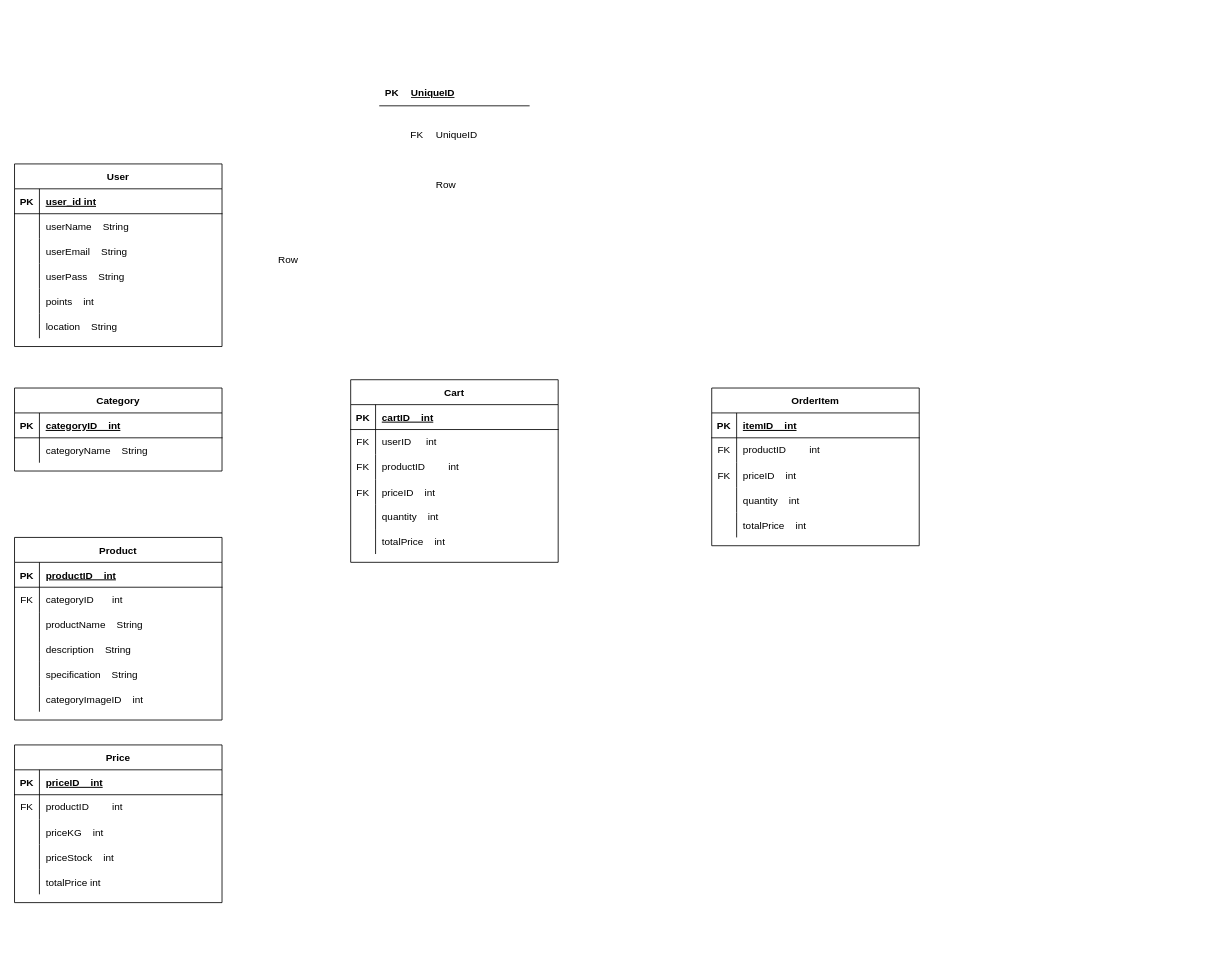
Above: ERD.drawio in DevX300/TaniMart-UML (draw.io), before the change. Source tidied: cells renumbered, new cells numbered last; positions are measured from the earlier drawing's top-left corner, leaving out a move shared by most shapes. Both pictures are drawn from the tidied source at 83%, with x=0, y=0 at pixel (14, 81).
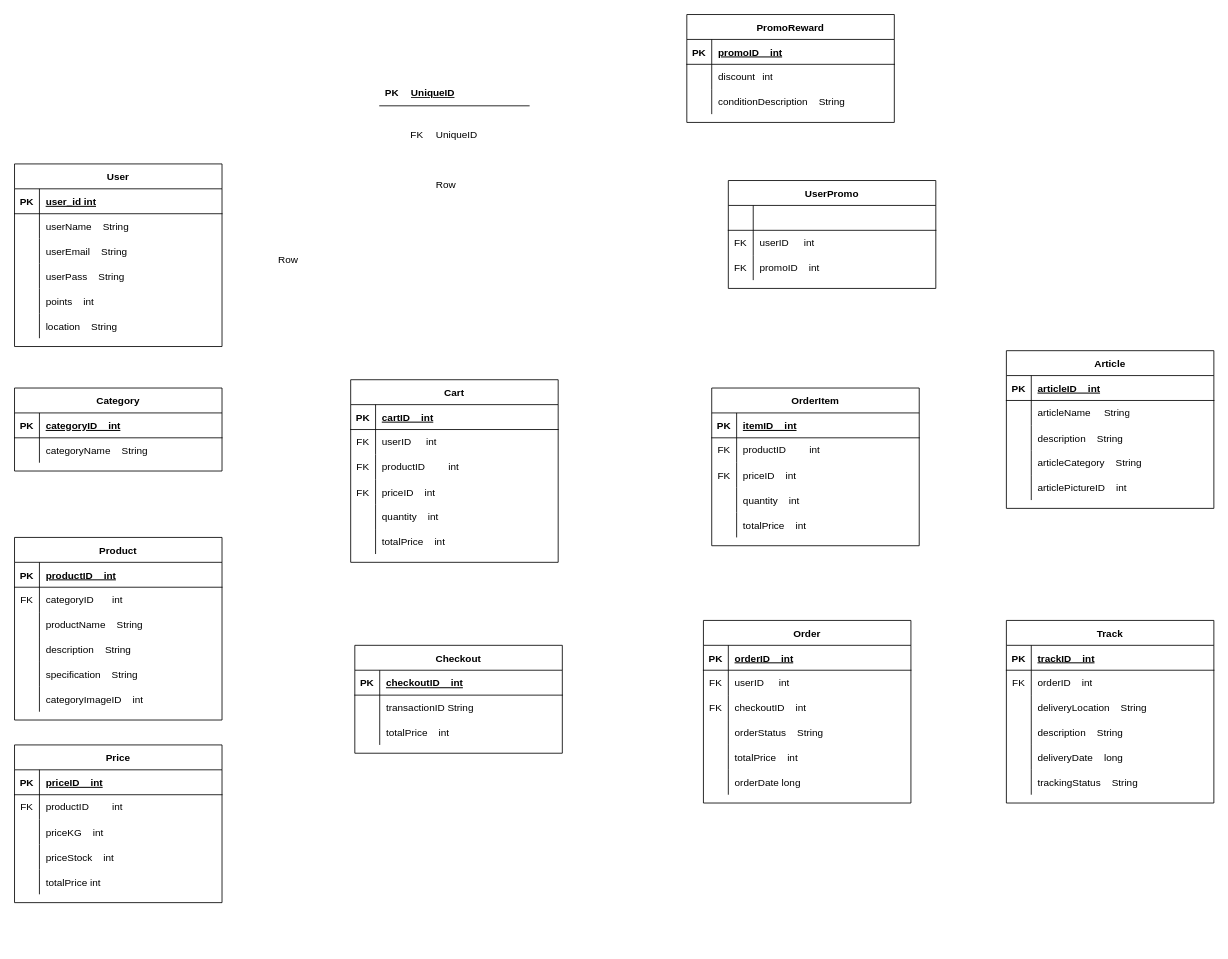
After the change.

Change to the diagram source:
```diff
@@
+    <mxCell id="118" value="Checkout" style="shape=table;startSize=30;childLayout=tableLayout;rowLines=0;fontStyle=1;align=center;" parent="1" vertex="1">
+      <mxGeometry x="410" y="680" width="250" height="130" as="geometry" />
+    </mxCell>
+    <mxCell id="119" style="shape=partialRectangle;fillColor=none;top=0;left=0;right=0;bottom=1;" parent="118" vertex="1">
+      <mxGeometry y="30" width="250" height="30" as="geometry" />
+    </mxCell>
+    <mxCell id="120" value="PK" style="shape=partialRectangle;overflow=hidden;fillColor=none;top=0;left=0;bottom=0;right=0;fontStyle=1;" parent="119" vertex="1">
+      <mxGeometry width="30" height="30" as="geometry" />
+    </mxCell>
+    <mxCell id="121" value="checkoutID    int" style="shape=partialRectangle;overflow=hidden;fillColor=none;top=0;left=0;bottom=0;right=0;align=left;spacingLeft=6;fontStyle=5;" parent="119" vertex="1">
+      <mxGeometry x="30" width="220" height="30" as="geometry" />
+    </mxCell>
+    <mxCell id="122" style="shape=tableRow;horizontal=0;startSize=0;swimlaneHead=0;swimlaneBody=0;fillColor=none;top=0;left=0;right=0;bottom=0;" parent="118" vertex="1">
+      <mxGeometry y="60" width="250" height="30" as="geometry" />
+    </mxCell>
+    <mxCell id="123" style="shape=partialRectangle;fillColor=none;top=0;left=0;bottom=0;right=0;overflow=hidden;" parent="122" vertex="1">
+      <mxGeometry width="30" height="30" as="geometry" />
+    </mxCell>
+    <mxCell id="124" value="transactionID String" style="shape=partialRectangle;fillColor=none;top=0;left=0;bottom=0;right=0;align=left;spacingLeft=6;overflow=hidden;" parent="122" vertex="1">
+      <mxGeometry x="30" width="220" height="30" as="geometry" />
+    </mxCell>
+    <mxCell id="125" style="shape=tableRow;horizontal=0;startSize=0;swimlaneHead=0;swimlaneBody=0;fillColor=none;top=0;left=0;right=0;bottom=0;" parent="118" vertex="1">
+      <mxGeometry y="90" width="250" height="30" as="geometry" />
+    </mxCell>
+    <mxCell id="126" style="shape=partialRectangle;fillColor=none;top=0;left=0;bottom=0;right=0;overflow=hidden;" parent="125" vertex="1">
+      <mxGeometry width="30" height="30" as="geometry" />
+    </mxCell>
+    <mxCell id="127" value="totalPrice    int" style="shape=partialRectangle;fillColor=none;top=0;left=0;bottom=0;right=0;align=left;spacingLeft=6;overflow=hidden;" parent="125" vertex="1">
+      <mxGeometry x="30" width="220" height="30" as="geometry" />
+    </mxCell>
+    <mxCell id="128" value="Order" style="shape=table;startSize=30;childLayout=tableLayout;rowLines=0;fontStyle=1;align=center;" parent="1" vertex="1">
+      <mxGeometry x="830" y="650" width="250" height="220" as="geometry" />
+    </mxCell>
+    <mxCell id="129" style="shape=partialRectangle;fillColor=none;top=0;left=0;right=0;bottom=1;" parent="128" vertex="1">
+      <mxGeometry y="30" width="250" height="30" as="geometry" />
+    </mxCell>
+    <mxCell id="130" value="PK" style="shape=partialRectangle;overflow=hidden;fillColor=none;top=0;left=0;bottom=0;right=0;fontStyle=1;" parent="129" vertex="1">
+      <mxGeometry width="30" height="30" as="geometry" />
+    </mxCell>
+    <mxCell id="131" value="orderID    int" style="shape=partialRectangle;overflow=hidden;fillColor=none;top=0;left=0;bottom=0;right=0;align=left;spacingLeft=6;fontStyle=5;" parent="129" vertex="1">
+      <mxGeometry x="30" width="220" height="30" as="geometry" />
+    </mxCell>
+    <mxCell id="132" style="shape=tableRow;horizontal=0;startSize=0;swimlaneHead=0;swimlaneBody=0;fillColor=none;top=0;left=0;right=0;bottom=0;" parent="128" vertex="1">
+      <mxGeometry y="60" width="250" height="30" as="geometry" />
+    </mxCell>
+    <mxCell id="133" value="FK" style="shape=partialRectangle;fillColor=none;top=0;left=0;bottom=0;right=0;fontStyle=0;overflow=hidden;whiteSpace=wrap;html=1;" parent="132" vertex="1">
+      <mxGeometry width="30" height="30" as="geometry" />
+    </mxCell>
+    <mxCell id="134" value="userID&lt;span style=&quot;white-space: pre;&quot;&gt;&#9;&lt;/span&gt;int" style="shape=partialRectangle;fillColor=none;top=0;left=0;bottom=0;right=0;align=left;spacingLeft=6;fontStyle=0;overflow=hidden;whiteSpace=wrap;html=1;" parent="132" vertex="1">
+      <mxGeometry x="30" width="220" height="30" as="geometry" />
+    </mxCell>
+    <mxCell id="135" style="shape=partialRectangle;fillColor=none;top=0;left=0;right=0;bottom=0;" parent="128" vertex="1">
+      <mxGeometry y="90" width="250" height="30" as="geometry" />
+    </mxCell>
+    <mxCell id="136" value="FK" style="shape=partialRectangle;overflow=hidden;fillColor=none;top=0;left=0;bottom=0;right=0;" parent="135" vertex="1">
+      <mxGeometry width="30" height="30" as="geometry" />
+    </mxCell>
+    <mxCell id="137" value="checkoutID    int" style="shape=partialRectangle;overflow=hidden;fillColor=none;top=0;left=0;bottom=0;right=0;align=left;spacingLeft=6;" parent="135" vertex="1">
+      <mxGeometry x="30" width="220" height="30" as="geometry" />
+    </mxCell>
+    <mxCell id="138" style="shape=tableRow;horizontal=0;startSize=0;swimlaneHead=0;swimlaneBody=0;fillColor=none;top=0;left=0;right=0;bottom=0;" parent="128" vertex="1">
+      <mxGeometry y="120" width="250" height="30" as="geometry" />
+    </mxCell>
+    <mxCell id="139" style="shape=partialRectangle;fillColor=none;top=0;left=0;bottom=0;right=0;overflow=hidden;" parent="138" vertex="1">
+      <mxGeometry width="30" height="30" as="geometry" />
+    </mxCell>
+    <mxCell id="140" value="orderStatus    String" style="shape=partialRectangle;fillColor=none;top=0;left=0;bottom=0;right=0;align=left;spacingLeft=6;overflow=hidden;" parent="138" vertex="1">
+      <mxGeometry x="30" width="220" height="30" as="geometry" />
+    </mxCell>
+    <mxCell id="141" style="shape=tableRow;horizontal=0;startSize=0;swimlaneHead=0;swimlaneBody=0;fillColor=none;top=0;left=0;right=0;bottom=0;" parent="128" vertex="1">
+      <mxGeometry y="150" width="250" height="30" as="geometry" />
+    </mxCell>
+    <mxCell id="142" style="shape=partialRectangle;fillColor=none;top=0;left=0;bottom=0;right=0;overflow=hidden;" parent="141" vertex="1">
+      <mxGeometry width="30" height="30" as="geometry" />
+    </mxCell>
+    <mxCell id="143" value="totalPrice    int" style="shape=partialRectangle;fillColor=none;top=0;left=0;bottom=0;right=0;align=left;spacingLeft=6;overflow=hidden;" parent="141" vertex="1">
+      <mxGeometry x="30" width="220" height="30" as="geometry" />
+    </mxCell>
+    <mxCell id="144" style="shape=tableRow;horizontal=0;startSize=0;swimlaneHead=0;swimlaneBody=0;fillColor=none;top=0;left=0;right=0;bottom=0;" parent="128" vertex="1">
+      <mxGeometry y="180" width="250" height="30" as="geometry" />
+    </mxCell>
+    <mxCell id="145" style="shape=partialRectangle;fillColor=none;top=0;left=0;bottom=0;right=0;overflow=hidden;" parent="144" vertex="1">
+      <mxGeometry width="30" height="30" as="geometry" />
+    </mxCell>
+    <mxCell id="146" value="orderDate long" style="shape=partialRectangle;fillColor=none;top=0;left=0;bottom=0;right=0;align=left;spacingLeft=6;overflow=hidden;" parent="144" vertex="1">
+      <mxGeometry x="30" width="220" height="30" as="geometry" />
+    </mxCell>
+    <mxCell id="147" value="Track" style="shape=table;startSize=30;childLayout=tableLayout;rowLines=0;fontStyle=1;align=center;" parent="1" vertex="1">
+      <mxGeometry x="1195" y="650" width="250" height="220" as="geometry" />
+    </mxCell>
+    <mxCell id="148" style="shape=partialRectangle;fillColor=none;top=0;left=0;right=0;bottom=1;" parent="147" vertex="1">
+      <mxGeometry y="30" width="250" height="30" as="geometry" />
+    </mxCell>
+    <mxCell id="149" value="PK" style="shape=partialRectangle;overflow=hidden;fillColor=none;top=0;left=0;bottom=0;right=0;fontStyle=1;" parent="148" vertex="1">
+      <mxGeometry width="30" height="30" as="geometry" />
+    </mxCell>
+    <mxCell id="150" value="trackID    int" style="shape=partialRectangle;overflow=hidden;fillColor=none;top=0;left=0;bottom=0;right=0;align=left;spacingLeft=6;fontStyle=5;" parent="148" vertex="1">
+      <mxGeometry x="30" width="220" height="30" as="geometry" />
+    </mxCell>
+    <mxCell id="151" style="shape=tableRow;horizontal=0;startSize=0;swimlaneHead=0;swimlaneBody=0;fillColor=none;top=0;left=0;right=0;bottom=0;" parent="147" vertex="1">
+      <mxGeometry y="60" width="250" height="30" as="geometry" />
+    </mxCell>
+    <mxCell id="152" value="FK" style="shape=partialRectangle;fillColor=none;top=0;left=0;bottom=0;right=0;fontStyle=0;overflow=hidden;whiteSpace=wrap;html=1;" parent="151" vertex="1">
+      <mxGeometry width="30" height="30" as="geometry" />
+    </mxCell>
+    <mxCell id="153" value="orderID&lt;span style=&quot;white-space: pre;&quot;&gt;&#9;&lt;/span&gt;int" style="shape=partialRectangle;fillColor=none;top=0;left=0;bottom=0;right=0;align=left;spacingLeft=6;fontStyle=0;overflow=hidden;whiteSpace=wrap;html=1;" parent="151" vertex="1">
+      <mxGeometry x="30" width="220" height="30" as="geometry" />
+    </mxCell>
+    <mxCell id="154" style="shape=partialRectangle;fillColor=none;top=0;left=0;right=0;bottom=0;" parent="147" vertex="1">
+      <mxGeometry y="90" width="250" height="30" as="geometry" />
+    </mxCell>
+    <mxCell id="155" style="shape=partialRectangle;overflow=hidden;fillColor=none;top=0;left=0;bottom=0;right=0;" parent="154" vertex="1">
+      <mxGeometry width="30" height="30" as="geometry" />
+    </mxCell>
+    <mxCell id="156" value="deliveryLocation    String" style="shape=partialRectangle;overflow=hidden;fillColor=none;top=0;left=0;bottom=0;right=0;align=left;spacingLeft=6;" parent="154" vertex="1">
+      <mxGeometry x="30" width="220" height="30" as="geometry" />
+    </mxCell>
+    <mxCell id="157" style="shape=tableRow;horizontal=0;startSize=0;swimlaneHead=0;swimlaneBody=0;fillColor=none;top=0;left=0;right=0;bottom=0;" parent="147" vertex="1">
+      <mxGeometry y="120" width="250" height="30" as="geometry" />
+    </mxCell>
+    <mxCell id="158" style="shape=partialRectangle;fillColor=none;top=0;left=0;bottom=0;right=0;overflow=hidden;" parent="157" vertex="1">
+      <mxGeometry width="30" height="30" as="geometry" />
+    </mxCell>
+    <mxCell id="159" value="description    String" style="shape=partialRectangle;fillColor=none;top=0;left=0;bottom=0;right=0;align=left;spacingLeft=6;overflow=hidden;" parent="157" vertex="1">
+      <mxGeometry x="30" width="220" height="30" as="geometry" />
+    </mxCell>
+    <mxCell id="160" style="shape=tableRow;horizontal=0;startSize=0;swimlaneHead=0;swimlaneBody=0;fillColor=none;top=0;left=0;right=0;bottom=0;" parent="147" vertex="1">
+      <mxGeometry y="150" width="250" height="30" as="geometry" />
+    </mxCell>
+    <mxCell id="161" style="shape=partialRectangle;fillColor=none;top=0;left=0;bottom=0;right=0;overflow=hidden;" parent="160" vertex="1">
+      <mxGeometry width="30" height="30" as="geometry" />
+    </mxCell>
+    <mxCell id="162" value="deliveryDate    long" style="shape=partialRectangle;fillColor=none;top=0;left=0;bottom=0;right=0;align=left;spacingLeft=6;overflow=hidden;" parent="160" vertex="1">
+      <mxGeometry x="30" width="220" height="30" as="geometry" />
+    </mxCell>
+    <mxCell id="163" style="shape=tableRow;horizontal=0;startSize=0;swimlaneHead=0;swimlaneBody=0;fillColor=none;top=0;left=0;right=0;bottom=0;" parent="147" vertex="1">
+      <mxGeometry y="180" width="250" height="30" as="geometry" />
+    </mxCell>
+    <mxCell id="164" style="shape=partialRectangle;fillColor=none;top=0;left=0;bottom=0;right=0;overflow=hidden;" parent="163" vertex="1">
+      <mxGeometry width="30" height="30" as="geometry" />
+    </mxCell>
+    <mxCell id="165" value="trackingStatus    String" style="shape=partialRectangle;fillColor=none;top=0;left=0;bottom=0;right=0;align=left;spacingLeft=6;overflow=hidden;" parent="163" vertex="1">
+      <mxGeometry x="30" width="220" height="30" as="geometry" />
+    </mxCell>
+    <mxCell id="166" value="Article" style="shape=table;startSize=30;childLayout=tableLayout;rowLines=0;fontStyle=1;align=center;" parent="1" vertex="1">
+      <mxGeometry x="1195" y="325" width="250" height="190" as="geometry" />
+    </mxCell>
+    <mxCell id="167" style="shape=partialRectangle;fillColor=none;top=0;left=0;right=0;bottom=1;" parent="166" vertex="1">
+      <mxGeometry y="30" width="250" height="30" as="geometry" />
+    </mxCell>
+    <mxCell id="168" value="PK" style="shape=partialRectangle;overflow=hidden;fillColor=none;top=0;left=0;bottom=0;right=0;fontStyle=1;" parent="167" vertex="1">
+      <mxGeometry width="30" height="30" as="geometry" />
+    </mxCell>
+    <mxCell id="169" value="articleID    int" style="shape=partialRectangle;overflow=hidden;fillColor=none;top=0;left=0;bottom=0;right=0;align=left;spacingLeft=6;fontStyle=5;" parent="167" vertex="1">
+      <mxGeometry x="30" width="220" height="30" as="geometry" />
+    </mxCell>
+    <mxCell id="170" style="shape=tableRow;horizontal=0;startSize=0;swimlaneHead=0;swimlaneBody=0;fillColor=none;top=0;left=0;right=0;bottom=0;" parent="166" vertex="1">
+      <mxGeometry y="60" width="250" height="30" as="geometry" />
+    </mxCell>
+    <mxCell id="171" style="shape=partialRectangle;fillColor=none;top=0;left=0;bottom=0;right=0;fontStyle=0;overflow=hidden;whiteSpace=wrap;html=1;" parent="170" vertex="1">
+      <mxGeometry width="30" height="30" as="geometry" />
+    </mxCell>
+    <mxCell id="172" value="articleName&lt;span style=&quot;white-space: pre;&quot;&gt;&#9;&lt;/span&gt;String" style="shape=partialRectangle;fillColor=none;top=0;left=0;bottom=0;right=0;align=left;spacingLeft=6;fontStyle=0;overflow=hidden;whiteSpace=wrap;html=1;" parent="170" vertex="1">
+      <mxGeometry x="30" width="220" height="30" as="geometry" />
+    </mxCell>
+    <mxCell id="173" style="shape=partialRectangle;fillColor=none;top=0;left=0;right=0;bottom=0;" parent="166" vertex="1">
+      <mxGeometry y="90" width="250" height="30" as="geometry" />
+    </mxCell>
+    <mxCell id="174" style="shape=partialRectangle;overflow=hidden;fillColor=none;top=0;left=0;bottom=0;right=0;" parent="173" vertex="1">
+      <mxGeometry width="30" height="30" as="geometry" />
+    </mxCell>
+    <mxCell id="175" value="description    String" style="shape=partialRectangle;overflow=hidden;fillColor=none;top=0;left=0;bottom=0;right=0;align=left;spacingLeft=6;" parent="173" vertex="1">
+      <mxGeometry x="30" width="220" height="30" as="geometry" />
+    </mxCell>
+    <mxCell id="176" style="shape=tableRow;horizontal=0;startSize=0;swimlaneHead=0;swimlaneBody=0;fillColor=none;top=0;left=0;right=0;bottom=0;" parent="166" vertex="1">
+      <mxGeometry y="120" width="250" height="30" as="geometry" />
+    </mxCell>
+    <mxCell id="177" style="shape=partialRectangle;fillColor=none;top=0;left=0;bottom=0;right=0;overflow=hidden;" parent="176" vertex="1">
+      <mxGeometry width="30" height="30" as="geometry" />
+    </mxCell>
+    <mxCell id="178" value="articleCategory    String" style="shape=partialRectangle;fillColor=none;top=0;left=0;bottom=0;right=0;align=left;spacingLeft=6;overflow=hidden;" parent="176" vertex="1">
+      <mxGeometry x="30" width="220" height="30" as="geometry" />
+    </mxCell>
+    <mxCell id="179" style="shape=tableRow;horizontal=0;startSize=0;swimlaneHead=0;swimlaneBody=0;fillColor=none;top=0;left=0;right=0;bottom=0;" parent="166" vertex="1">
+      <mxGeometry y="150" width="250" height="30" as="geometry" />
+    </mxCell>
+    <mxCell id="180" style="shape=partialRectangle;fillColor=none;top=0;left=0;bottom=0;right=0;overflow=hidden;" parent="179" vertex="1">
+      <mxGeometry width="30" height="30" as="geometry" />
+    </mxCell>
+    <mxCell id="181" value="articlePictureID    int" style="shape=partialRectangle;fillColor=none;top=0;left=0;bottom=0;right=0;align=left;spacingLeft=6;overflow=hidden;" parent="179" vertex="1">
+      <mxGeometry x="30" width="220" height="30" as="geometry" />
+    </mxCell>
+    <mxCell id="182" value="PromoReward" style="shape=table;startSize=30;childLayout=tableLayout;rowLines=0;fontStyle=1;align=center;" parent="1" vertex="1">
+      <mxGeometry x="810" y="-80" width="250" height="130" as="geometry" />
+    </mxCell>
+    <mxCell id="183" style="shape=partialRectangle;fillColor=none;top=0;left=0;right=0;bottom=1;" parent="182" vertex="1">
+      <mxGeometry y="30" width="250" height="30" as="geometry" />
+    </mxCell>
+    <mxCell id="184" value="PK" style="shape=partialRectangle;overflow=hidden;fillColor=none;top=0;left=0;bottom=0;right=0;fontStyle=1;" parent="183" vertex="1">
+      <mxGeometry width="30" height="30" as="geometry" />
+    </mxCell>
+    <mxCell id="185" value="promoID    int" style="shape=partialRectangle;overflow=hidden;fillColor=none;top=0;left=0;bottom=0;right=0;align=left;spacingLeft=6;fontStyle=5;" parent="183" vertex="1">
+      <mxGeometry x="30" width="220" height="30" as="geometry" />
+    </mxCell>
+    <mxCell id="186" style="shape=tableRow;horizontal=0;startSize=0;swimlaneHead=0;swimlaneBody=0;fillColor=none;top=0;left=0;right=0;bottom=0;" parent="182" vertex="1">
+      <mxGeometry y="60" width="250" height="30" as="geometry" />
+    </mxCell>
+    <mxCell id="187" style="shape=partialRectangle;fillColor=none;top=0;left=0;bottom=0;right=0;fontStyle=0;overflow=hidden;whiteSpace=wrap;html=1;" parent="186" vertex="1">
+      <mxGeometry width="30" height="30" as="geometry" />
+    </mxCell>
+    <mxCell id="188" value="discount&lt;span style=&quot;white-space: pre;&quot;&gt;&#9;&lt;/span&gt;int" style="shape=partialRectangle;fillColor=none;top=0;left=0;bottom=0;right=0;align=left;spacingLeft=6;fontStyle=0;overflow=hidden;whiteSpace=wrap;html=1;" parent="186" vertex="1">
+      <mxGeometry x="30" width="220" height="30" as="geometry" />
+    </mxCell>
+    <mxCell id="189" style="shape=partialRectangle;fillColor=none;top=0;left=0;right=0;bottom=0;" parent="182" vertex="1">
+      <mxGeometry y="90" width="250" height="30" as="geometry" />
+    </mxCell>
+    <mxCell id="190" style="shape=partialRectangle;overflow=hidden;fillColor=none;top=0;left=0;bottom=0;right=0;" parent="189" vertex="1">
+      <mxGeometry width="30" height="30" as="geometry" />
+    </mxCell>
+    <mxCell id="191" value="conditionDescription    String" style="shape=partialRectangle;overflow=hidden;fillColor=none;top=0;left=0;bottom=0;right=0;align=left;spacingLeft=6;" parent="189" vertex="1">
+      <mxGeometry x="30" width="220" height="30" as="geometry" />
+    </mxCell>
+    <mxCell id="192" value="UserPromo" style="shape=table;startSize=30;childLayout=tableLayout;rowLines=0;fontStyle=1;align=center;" parent="1" vertex="1">
+      <mxGeometry x="860" y="120" width="250" height="130" as="geometry" />
+    </mxCell>
+    <mxCell id="193" style="shape=partialRectangle;fillColor=none;top=0;left=0;right=0;bottom=1;" parent="192" vertex="1">
+      <mxGeometry y="30" width="250" height="30" as="geometry" />
+    </mxCell>
+    <mxCell id="194" style="shape=partialRectangle;overflow=hidden;fillColor=none;top=0;left=0;bottom=0;right=0;fontStyle=1;" parent="193" vertex="1">
+      <mxGeometry width="30" height="30" as="geometry" />
+    </mxCell>
+    <mxCell id="195" style="shape=partialRectangle;overflow=hidden;fillColor=none;top=0;left=0;bottom=0;right=0;align=left;spacingLeft=6;fontStyle=5;" parent="193" vertex="1">
+      <mxGeometry x="30" width="220" height="30" as="geometry" />
+    </mxCell>
+    <mxCell id="196" style="shape=tableRow;horizontal=0;startSize=0;swimlaneHead=0;swimlaneBody=0;fillColor=none;top=0;left=0;right=0;bottom=0;" parent="192" vertex="1">
+      <mxGeometry y="60" width="250" height="30" as="geometry" />
+    </mxCell>
+    <mxCell id="197" value="FK" style="shape=partialRectangle;fillColor=none;top=0;left=0;bottom=0;right=0;fontStyle=0;overflow=hidden;whiteSpace=wrap;html=1;" parent="196" vertex="1">
+      <mxGeometry width="30" height="30" as="geometry" />
+    </mxCell>
+    <mxCell id="198" value="userID&lt;span style=&quot;white-space: pre;&quot;&gt;&#9;&lt;/span&gt;int" style="shape=partialRectangle;fillColor=none;top=0;left=0;bottom=0;right=0;align=left;spacingLeft=6;fontStyle=0;overflow=hidden;whiteSpace=wrap;html=1;" parent="196" vertex="1">
+      <mxGeometry x="30" width="220" height="30" as="geometry" />
+    </mxCell>
+    <mxCell id="199" style="shape=partialRectangle;fillColor=none;top=0;left=0;right=0;bottom=0;" parent="192" vertex="1">
+      <mxGeometry y="90" width="250" height="30" as="geometry" />
+    </mxCell>
+    <mxCell id="200" value="FK" style="shape=partialRectangle;overflow=hidden;fillColor=none;top=0;left=0;bottom=0;right=0;" parent="199" vertex="1">
+      <mxGeometry width="30" height="30" as="geometry" />
+    </mxCell>
+    <mxCell id="201" value="promoID    int" style="shape=partialRectangle;overflow=hidden;fillColor=none;top=0;left=0;bottom=0;right=0;align=left;spacingLeft=6;" parent="199" vertex="1">
+      <mxGeometry x="30" width="220" height="30" as="geometry" />
+    </mxCell>
```
